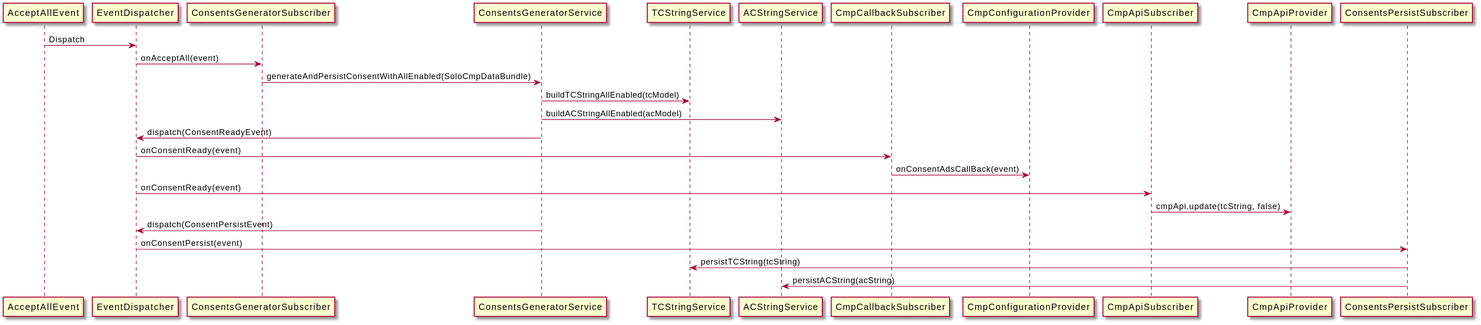
pubtech-ai/solo-cmp keeps this PlantUML diagram as doc/sequence-diagrams/img/accept-all-event-flow.svg. Above is the earlier version.
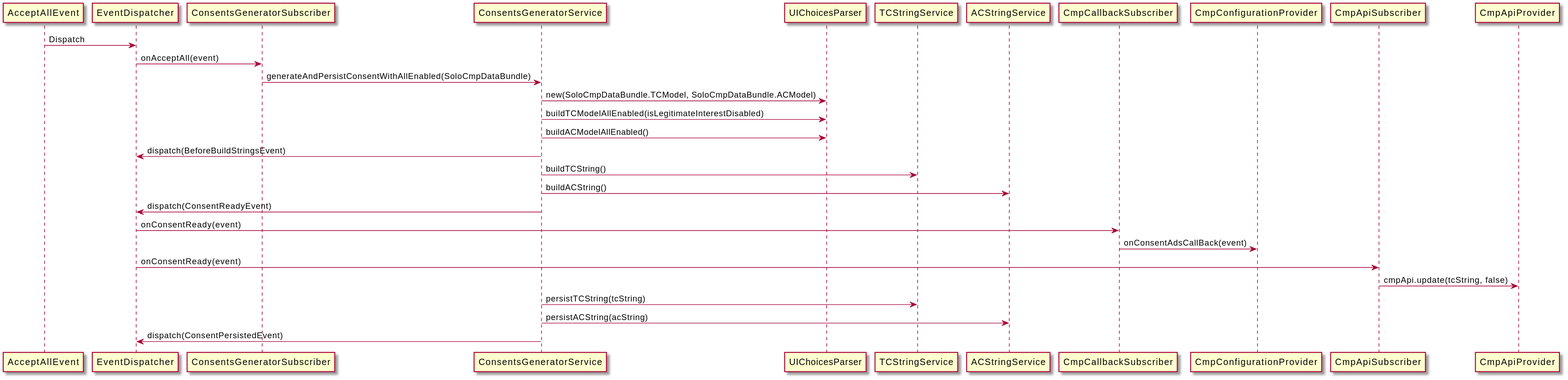
Later version of the same file.

What changed in the source:
```diff
@@ -2,15 +2,18 @@
 AcceptAllEvent -> EventDispatcher: Dispatch
 EventDispatcher -> ConsentsGeneratorSubscriber : onAcceptAll(event)
 ConsentsGeneratorSubscriber -> ConsentsGeneratorService : generateAndPersistConsentWithAllEnabled(SoloCmpDataBundle)
-ConsentsGeneratorService -> TCStringService : buildTCStringAllEnabled(tcModel)
-ConsentsGeneratorService -> ACStringService : buildACStringAllEnabled(acModel)
+ConsentsGeneratorService -> UIChoicesParser : new(SoloCmpDataBundle.TCModel, SoloCmpDataBundle.ACModel)
+ConsentsGeneratorService -> UIChoicesParser : buildTCModelAllEnabled(isLegitimateInterestDisabled)
+ConsentsGeneratorService -> UIChoicesParser : buildACModelAllEnabled()
+ConsentsGeneratorService -> EventDispatcher : dispatch(BeforeBuildStringsEvent)
+ConsentsGeneratorService -> TCStringService : buildTCString()
+ConsentsGeneratorService -> ACStringService : buildACString()
 ConsentsGeneratorService -> EventDispatcher : dispatch(ConsentReadyEvent)
 EventDispatcher -> CmpCallbackSubscriber : onConsentReady(event)
 CmpCallbackSubscriber -> CmpConfigurationProvider : onConsentAdsCallBack(event)
 EventDispatcher -> CmpApiSubscriber : onConsentReady(event)
 CmpApiSubscriber -> CmpApiProvider : cmpApi.update(tcString, false)
-ConsentsGeneratorService -> EventDispatcher : dispatch(ConsentPersistEvent)
-EventDispatcher -> ConsentsPersistSubscriber : onConsentPersist(event)
-ConsentsPersistSubscriber -> TCStringService : persistTCString(tcString)
-ConsentsPersistSubscriber -> ACStringService : persistACString(acString)
+ConsentsGeneratorService -> TCStringService : persistTCString(tcString)
+ConsentsGeneratorService -> ACStringService : persistACString(acString)
+ConsentsGeneratorService -> EventDispatcher : dispatch(ConsentPersistedEvent)
 @enduml
```
